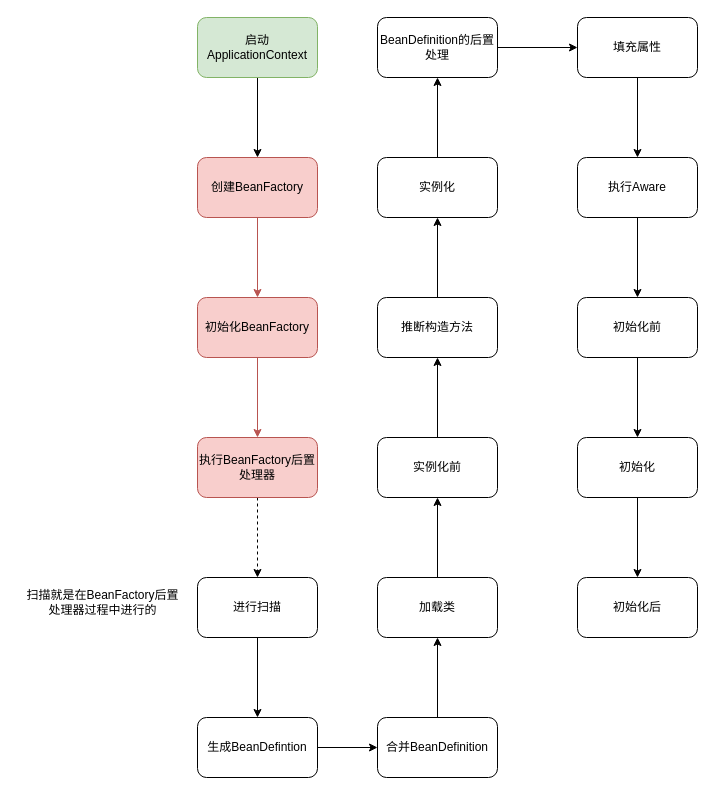
Earlier version of the draw.io diagram 未命名绘图.drawio (1135831485/1135831485.github.io). Source tidied: cells renumbered, new cells numbered last; positions are measured from the earlier drawing's top-left corner, leaving out a move shared by most shapes. Both pictures are drawn from the tidied source at 100%, with x=0, y=0 at pixel (17, 17).
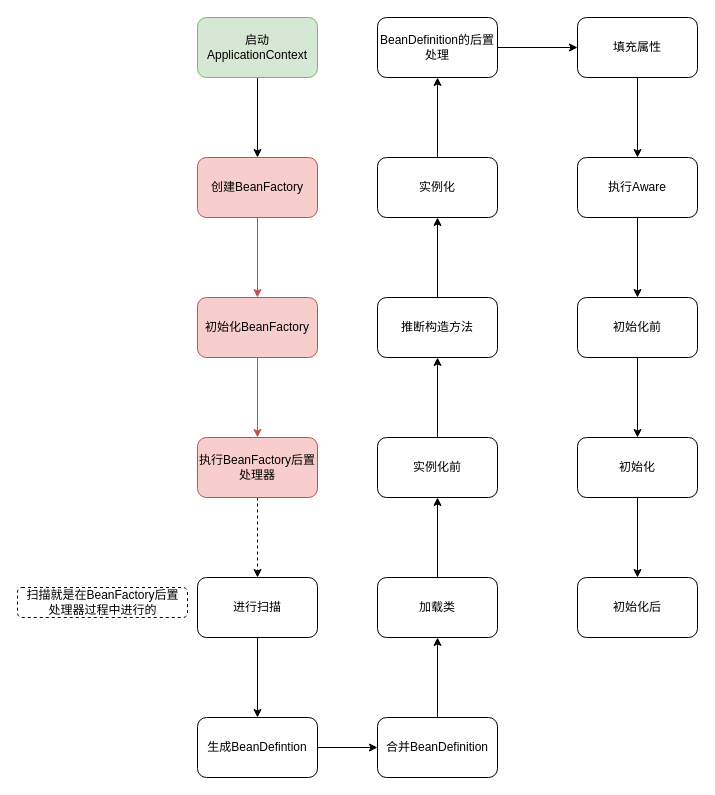
The same page after the edit.

Diff of the diagram source:
```diff
@@
-    <mxCell id="12" value="扫描就是在BeanFactory后置&lt;br&gt;处理器过程中进行的" style="text;html=1;align=center;verticalAlign=middle;strokeColor=none;fillColor=none;" parent="1" vertex="1">
+    <mxCell id="12" value="扫描就是在BeanFactory后置&lt;br&gt;处理器过程中进行的" style="text;html=1;align=center;verticalAlign=middle;strokeColor=default;fillColor=none;rounded=1;dashed=1;" parent="1" vertex="1">
       <mxGeometry y="570" width="170" height="30" as="geometry" />
     </mxCell>
```
